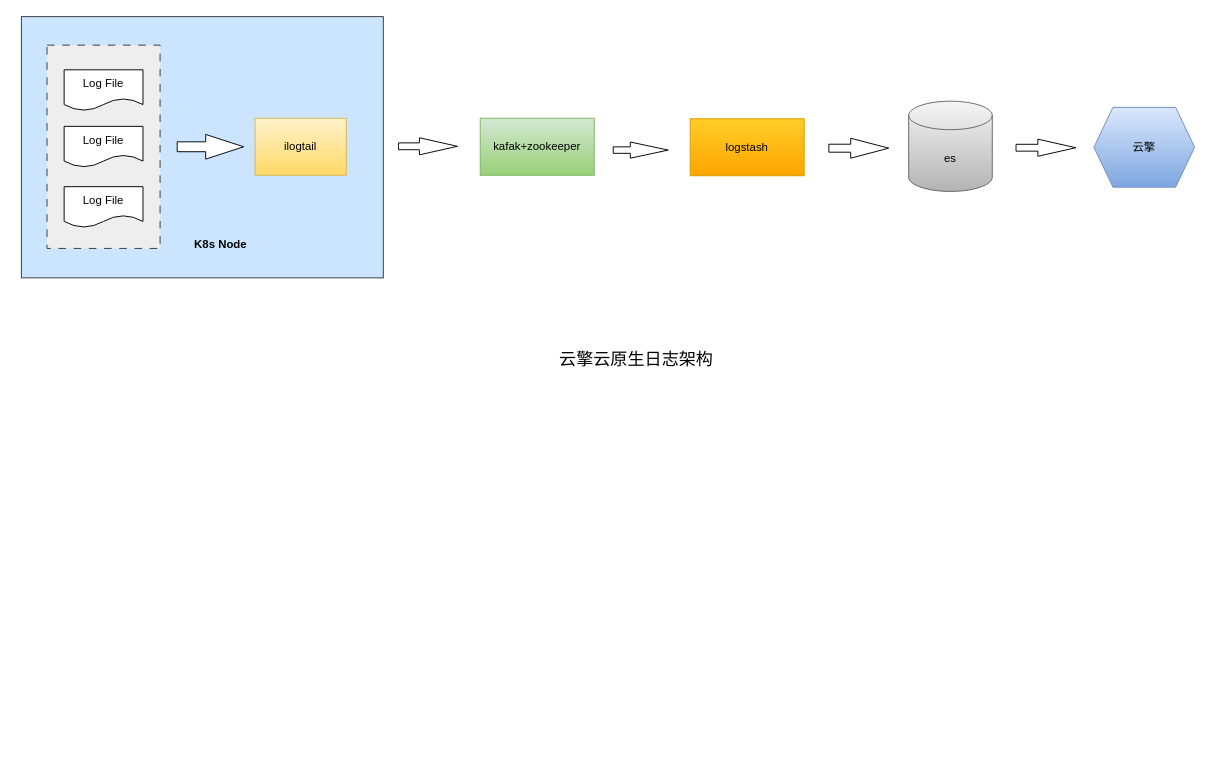
ArimaKouseiYL/design keeps this draw.io diagram as 日志架构.drawio. Above is the earlier version. Source tidied: cells renumbered, new cells numbered last; positions are measured from the earlier drawing's top-left corner, leaving out a move shared by most shapes. Both pictures are drawn from the tidied source at 95%, with x=0, y=0 at pixel (21, 16).
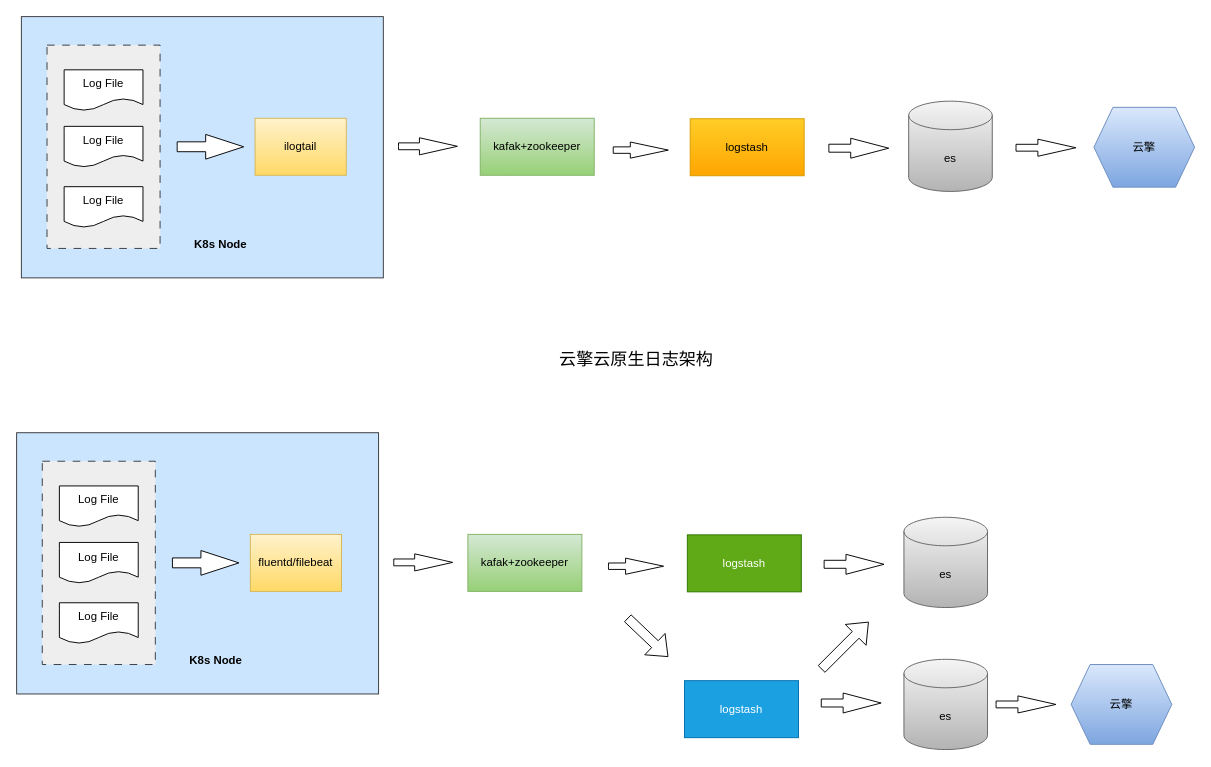
The same diagram, later.

Commit message:
更新日志架构.drawio

Diff of the diagram source:
```diff
@@
+    <mxCell id="19" style="rounded=0;whiteSpace=wrap;html=1;fillColor=#cce5ff;strokeColor=#36393d;" parent="1" vertex="1">
+      <mxGeometry x="-5" y="438" width="381" height="275" as="geometry" />
+    </mxCell>
+    <mxCell id="20" value="fluentd/filebeat" style="rounded=0;whiteSpace=wrap;html=1;fillColor=#fff2cc;strokeColor=#d6b656;gradientColor=#ffd966;" parent="1" vertex="1">
+      <mxGeometry x="241" y="545" width="96" height="60" as="geometry" />
+    </mxCell>
+    <mxCell id="21" style="rounded=0;whiteSpace=wrap;html=1;dashed=1;dashPattern=8 8;fillColor=#eeeeee;strokeColor=#36393d;" parent="1" vertex="1">
+      <mxGeometry x="22" y="468" width="119" height="214" as="geometry" />
+    </mxCell>
+    <mxCell id="22" style="html=1;shadow=0;dashed=0;align=center;verticalAlign=middle;shape=mxgraph.arrows2.arrow;dy=0.6;dx=40;notch=0;" parent="1" vertex="1">
+      <mxGeometry x="159" y="562" width="70" height="26" as="geometry" />
+    </mxCell>
+    <mxCell id="23" style="html=1;shadow=0;dashed=0;align=center;verticalAlign=middle;shape=mxgraph.arrows2.arrow;dy=0.6;dx=40;notch=0;" parent="1" vertex="1">
+      <mxGeometry x="392" y="565.5" width="62" height="18" as="geometry" />
+    </mxCell>
+    <mxCell id="24" value="kafak+zookeeper" style="rounded=0;whiteSpace=wrap;html=1;fillColor=#d5e8d4;strokeColor=#82b366;gradientColor=#97d077;" parent="1" vertex="1">
+      <mxGeometry x="470" y="545" width="120" height="60" as="geometry" />
+    </mxCell>
+    <mxCell id="25" value="logstash" style="rounded=0;whiteSpace=wrap;html=1;fillColor=#60a917;strokeColor=#2D7600;fontColor=#ffffff;" parent="1" vertex="1">
+      <mxGeometry x="701" y="545.5" width="120" height="60" as="geometry" />
+    </mxCell>
+    <mxCell id="26" style="html=1;shadow=0;dashed=0;align=center;verticalAlign=middle;shape=mxgraph.arrows2.arrow;dy=0.6;dx=40;notch=0;" parent="1" vertex="1">
+      <mxGeometry x="618" y="570" width="58" height="17" as="geometry" />
+    </mxCell>
+    <mxCell id="27" value="es" style="shape=cylinder3;whiteSpace=wrap;html=1;boundedLbl=1;backgroundOutline=1;size=15;fillColor=#f5f5f5;strokeColor=#666666;gradientColor=#b3b3b3;" parent="1" vertex="1">
+      <mxGeometry x="929" y="527" width="88" height="95" as="geometry" />
+    </mxCell>
+    <mxCell id="28" style="html=1;shadow=0;dashed=0;align=center;verticalAlign=middle;shape=mxgraph.arrows2.arrow;dy=0.6;dx=40;notch=0;" parent="1" vertex="1">
+      <mxGeometry x="845" y="566" width="63" height="21" as="geometry" />
+    </mxCell>
+    <mxCell id="29" style="html=1;shadow=0;dashed=0;align=center;verticalAlign=middle;shape=mxgraph.arrows2.arrow;dy=0.6;dx=40;notch=0;" parent="1" vertex="1">
+      <mxGeometry x="1026" y="715" width="63" height="18" as="geometry" />
+    </mxCell>
+    <mxCell id="30" value="云擎" style="shape=hexagon;perimeter=hexagonPerimeter2;whiteSpace=wrap;html=1;fixedSize=1;fillColor=#dae8fc;strokeColor=#6c8ebf;gradientColor=#7ea6e0;" parent="1" vertex="1">
+      <mxGeometry x="1105" y="682" width="106" height="84" as="geometry" />
+    </mxCell>
+    <mxCell id="31" value="Log File" style="shape=document;whiteSpace=wrap;html=1;boundedLbl=1;" parent="1" vertex="1">
+      <mxGeometry x="40" y="494" width="83" height="43" as="geometry" />
+    </mxCell>
+    <mxCell id="32" value="Log File" style="shape=document;whiteSpace=wrap;html=1;boundedLbl=1;" parent="1" vertex="1">
+      <mxGeometry x="40" y="553.5" width="83" height="43" as="geometry" />
+    </mxCell>
+    <mxCell id="33" value="Log File" style="shape=document;whiteSpace=wrap;html=1;boundedLbl=1;" parent="1" vertex="1">
+      <mxGeometry x="40" y="617" width="83" height="43" as="geometry" />
+    </mxCell>
+    <mxCell id="34" value="&lt;b&gt;K8s Node&lt;/b&gt;" style="text;html=1;align=center;verticalAlign=middle;whiteSpace=wrap;rounded=0;" parent="1" vertex="1">
+      <mxGeometry x="174.5" y="663" width="60" height="30" as="geometry" />
+    </mxCell>
+    <mxCell id="35" value="logstash" style="rounded=0;whiteSpace=wrap;html=1;fillColor=#1ba1e2;strokeColor=#006EAF;fontColor=#ffffff;" parent="1" vertex="1">
+      <mxGeometry x="698" y="699" width="120" height="60" as="geometry" />
+    </mxCell>
+    <mxCell id="36" value="es" style="shape=cylinder3;whiteSpace=wrap;html=1;boundedLbl=1;backgroundOutline=1;size=15;fillColor=#f5f5f5;strokeColor=#666666;gradientColor=#b3b3b3;" parent="1" vertex="1">
+      <mxGeometry x="929" y="676.5" width="88" height="95" as="geometry" />
+    </mxCell>
+    <mxCell id="37" style="html=1;shadow=0;dashed=0;align=center;verticalAlign=middle;shape=mxgraph.arrows2.arrow;dy=0.6;dx=40;notch=0;" parent="1" vertex="1">
+      <mxGeometry x="842" y="712" width="63" height="21" as="geometry" />
+    </mxCell>
+    <mxCell id="38" style="shape=flexArrow;endArrow=classic;html=1;rounded=0;" parent="1" edge="1">
+      <mxGeometry relative="1" as="geometry">
+        <mxPoint x="842" y="687" as="sourcePoint" />
+        <mxPoint x="892" y="637" as="targetPoint" />
+      </mxGeometry>
+    </mxCell>
+    <mxCell id="39" style="shape=flexArrow;endArrow=classic;html=1;rounded=0;" parent="1" edge="1">
+      <mxGeometry relative="1" as="geometry">
+        <mxPoint x="638" y="633" as="sourcePoint" />
+        <mxPoint x="681" y="674" as="targetPoint" />
+      </mxGeometry>
+    </mxCell>
```
